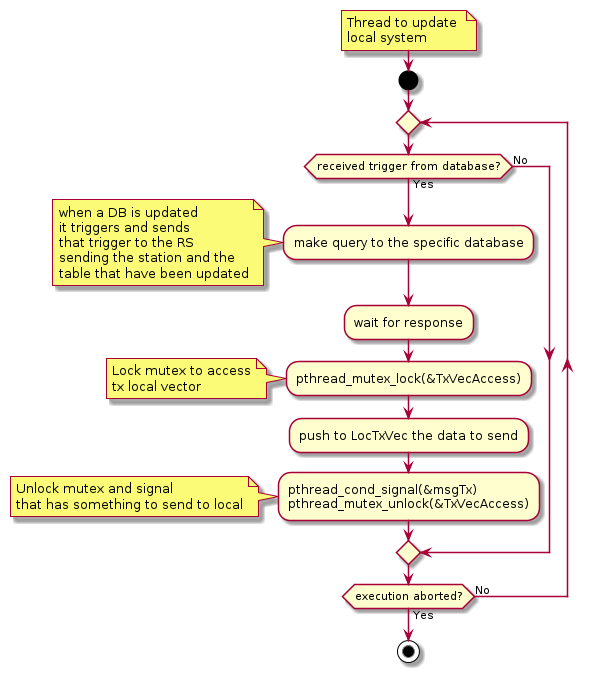
Before: Proj/diags/plantuml/flowchart/output/rs-updt-local-sys.png, a diagram exported from PlantUML (ElectroQuanta/MDO).
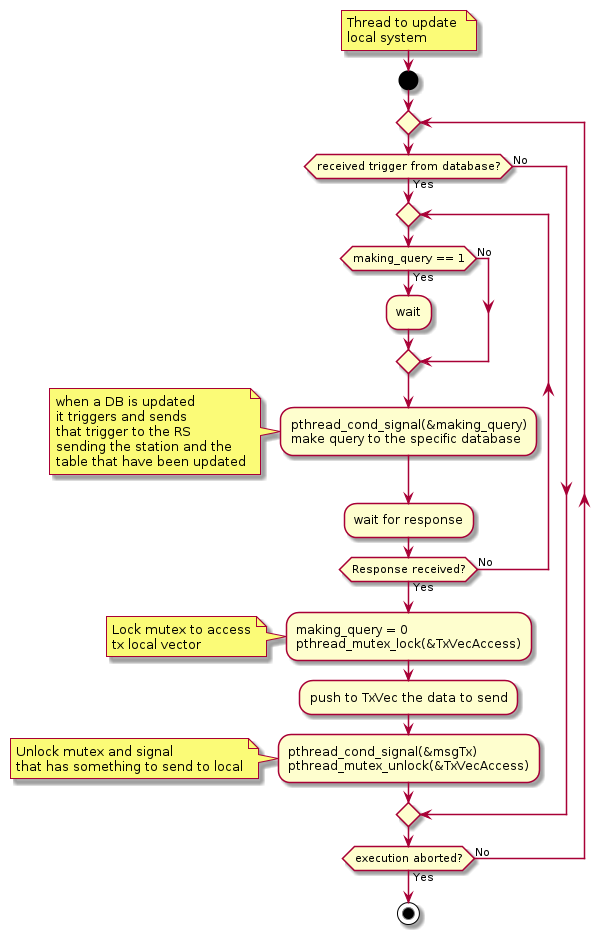
The same file after the commit.

What changed in the source:
```diff
@@ -5,23 +5,30 @@
   end note
 start
     repeat
-        if (received trigger from database?) then (Yes)
-
-            :make query to the specific database;
-            note left
-                when a DB is updated
-                it triggers and sends
-                that trigger to the RS
-                sending the station and the
-                table that have been updated
-            end note
-            :wait for response;
-            :pthread_mutex_lock(&TxVecAccess);
+        if(received trigger from database?) then (Yes)
+            repeat
+                if(making_query == 1) then (Yes)
+                    :wait;
+                else (No)
+                endif
+                :pthread_cond_signal(&making_query)
+                make query to the specific database;
+                note left
+                    when a DB is updated
+                    it triggers and sends
+                    that trigger to the RS
+                    sending the station and the
+                    table that have been updated
+                end note
+                :wait for response;
+            repeat while (Response received?) is (No) not (Yes)
+            :making_query = 0
+            pthread_mutex_lock(&TxVecAccess);
             note left
                 Lock mutex to access
                 tx local vector
             end note
-            :push to LocTxVec the data to send;
+            :push to TxVec the data to send;
             :pthread_cond_signal(&msgTx)
             pthread_mutex_unlock(&TxVecAccess);
             note left
```
